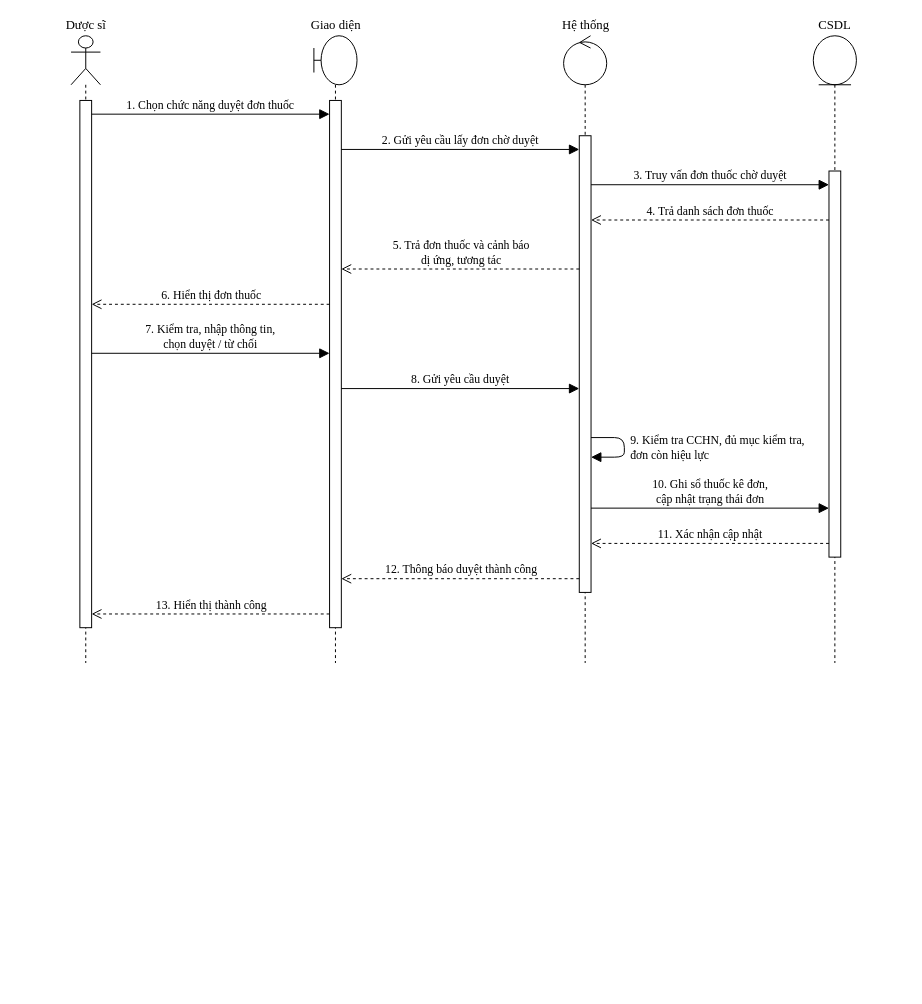
ngocanh82205/Hieuthuoc keeps this draw.io diagram as docs/drawio/tuan-tu-don-gian/sd06-duyet-don-thuoc.drawio. Above is the earlier version. Source tidied: cells renumbered, new cells numbered last; positions are measured from the earlier drawing's top-left corner, leaving out a move shared by most shapes. Both pictures are drawn from the tidied source at 98%, with x=0, y=0 at pixel (71, 35).
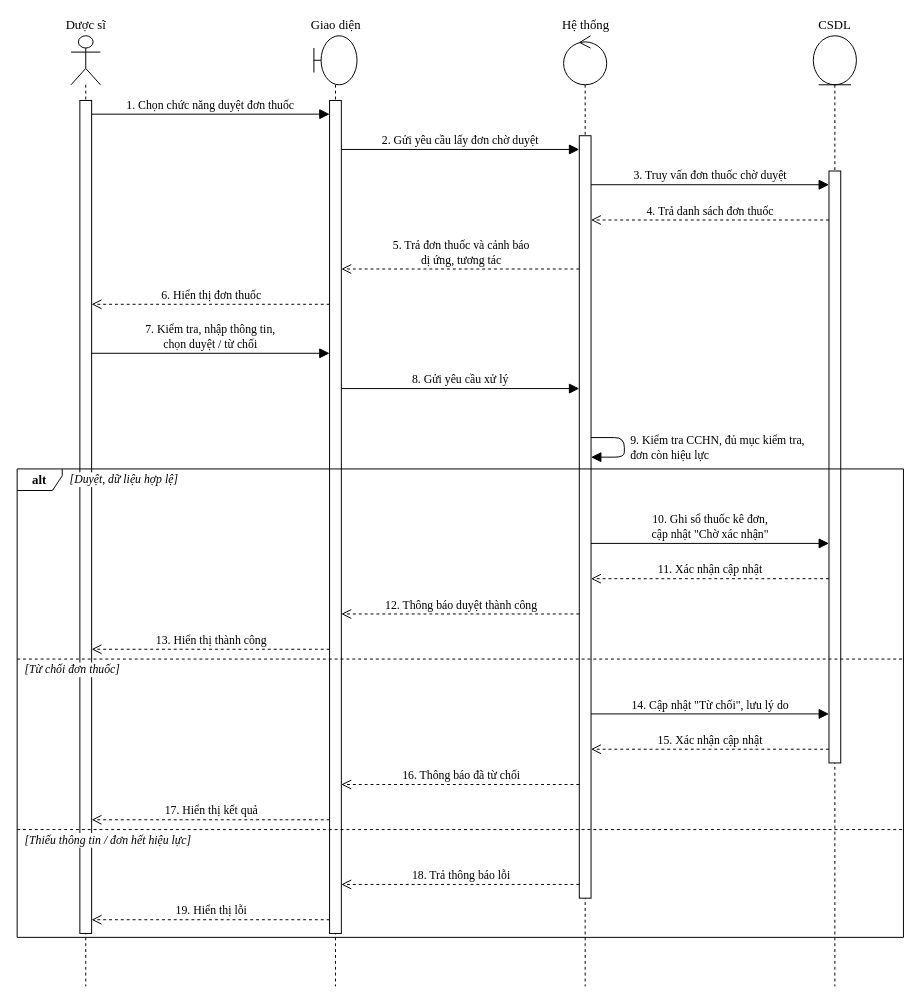
The same page after the edit.

Diff of the diagram source:
```diff
@@
     <mxCell id="2" value="Dược sĩ" style="shape=umlLifeline;perimeter=lifelinePerimeter;participant=umlActor;whiteSpace=nowrap;html=1;verticalAlign=bottom;labelPosition=center;verticalLabelPosition=top;align=center;size=50;fontFamily=Times New Roman;fontSize=13;fillColor=#ffffff;strokeColor=#000000;" parent="1" vertex="1">
-      <mxGeometry width="30" height="640" as="geometry" />
+      <mxGeometry width="30" height="970" as="geometry" />
     </mxCell>
     <mxCell id="3" value="Giao diện" style="shape=umlLifeline;perimeter=lifelinePerimeter;participant=umlBoundary;whiteSpace=nowrap;html=1;verticalAlign=bottom;labelPosition=center;verticalLabelPosition=top;align=center;size=50;fontFamily=Times New Roman;fontSize=13;fillColor=#ffffff;strokeColor=#000000;" parent="1" vertex="1">
-      <mxGeometry x="247.8" width="44" height="640" as="geometry" />
+      <mxGeometry x="247.8" width="44" height="970" as="geometry" />
     </mxCell>
     <mxCell id="4" value="Hệ thống" style="shape=umlLifeline;perimeter=lifelinePerimeter;participant=umlControl;whiteSpace=nowrap;html=1;verticalAlign=bottom;labelPosition=center;verticalLabelPosition=top;align=center;size=50;fontFamily=Times New Roman;fontSize=13;fillColor=#ffffff;strokeColor=#000000;" parent="1" vertex="1">
-      <mxGeometry x="502.6" width="44" height="640" as="geometry" />
+      <mxGeometry x="502.6" width="44" height="970" as="geometry" />
     </mxCell>
     <mxCell id="5" value="CSDL" style="shape=umlLifeline;perimeter=lifelinePerimeter;participant=umlEntity;whiteSpace=nowrap;html=1;verticalAlign=bottom;labelPosition=center;verticalLabelPosition=top;align=center;size=50;fontFamily=Times New Roman;fontSize=13;fillColor=#ffffff;strokeColor=#000000;" parent="1" vertex="1">
-      <mxGeometry x="757.4" width="44" height="640" as="geometry" />
+      <mxGeometry x="757.4" width="44" height="970" as="geometry" />
     </mxCell>
     <mxCell id="6" style="html=1;perimeter=orthogonalPerimeter;fillColor=#ffffff;strokeColor=#000000;" parent="1" vertex="1">
-      <mxGeometry x="9" y="66" width="12" height="538" as="geometry" />
+      <mxGeometry x="9" y="66" width="12" height="850" as="geometry" />
     </mxCell>
     <mxCell id="7" style="html=1;perimeter=orthogonalPerimeter;fillColor=#ffffff;strokeColor=#000000;" parent="1" vertex="1">
-      <mxGeometry x="263.8" y="66" width="12" height="538" as="geometry" />
+      <mxGeometry x="263.8" y="66" width="12" height="850" as="geometry" />
     </mxCell>
     <mxCell id="8" style="html=1;perimeter=orthogonalPerimeter;fillColor=#ffffff;strokeColor=#000000;" parent="1" vertex="1">
-      <mxGeometry x="518.6" y="102" width="12" height="466" as="geometry" />
+      <mxGeometry x="518.6" y="102" width="12" height="778" as="geometry" />
     </mxCell>
     <mxCell id="9" style="html=1;perimeter=orthogonalPerimeter;fillColor=#ffffff;strokeColor=#000000;" parent="1" vertex="1">
-      <mxGeometry x="773.4" y="138" width="12" height="394" as="geometry" />
+      <mxGeometry x="773.4" y="138" width="12" height="604" as="geometry" />
     </mxCell>
-    <mxCell id="10" value="1. Chọn chức năng duyệt đơn thuốc" style="html=1;verticalAlign=bottom;fontFamily=Times New Roman;fontSize=13;fontSize=12;strokeColor=#000000;labelBackgroundColor=#ffffff;endArrow=block;endFill=1;endSize=8;" parent="1" edge="1">
-      <mxGeometry relative="1" as="geometry">
-        <mxPoint x="21" y="80" as="sourcePoint" />
-        <mxPoint x="263.8" y="80" as="targetPoint" />
-      </mxGeometry>
-    </mxCell>
-    <mxCell id="11" value="2. Gửi yêu cầu lấy đơn chờ duyệt" style="html=1;verticalAlign=bottom;fontFamily=Times New Roman;fontSize=13;fontSize=12;strokeColor=#000000;labelBackgroundColor=#ffffff;endArrow=block;endFill=1;endSize=8;" parent="1" edge="1">
-      <mxGeometry relative="1" as="geometry">
-        <mxPoint x="275.8" y="116" as="sourcePoint" />
-        <mxPoint x="518.6" y="116" as="targetPoint" />
-      </mxGeometry>
-    </mxCell>
+    <mxCell id="23" value="alt" style="shape=umlFrame;whiteSpace=wrap;html=1;width=46;height=22;fontStyle=1;fontFamily=Times New Roman;fontSize=13;strokeColor=#000000;fillColor=none;" parent="1" vertex="1">
+      <mxGeometry x="-55" y="442" width="904.4" height="478" as="geometry" />
+    </mxCell>
+    <mxCell id="24" value="[Duyệt, dữ liệu hợp lệ]" style="text;html=1;align=left;verticalAlign=middle;fontFamily=Times New Roman;fontSize=13;fontSize=12;fontStyle=2;labelBackgroundColor=#ffffff;" parent="1" vertex="1">
+      <mxGeometry x="-3" y="443" width="182.2" height="20" as="geometry" />
+    </mxCell>
-    <mxCell id="12" value="3. Truy vấn đơn thuốc chờ duyệt" style="html=1;verticalAlign=bottom;fontFamily=Times New Roman;fontSize=13;fontSize=12;strokeColor=#000000;labelBackgroundColor=#ffffff;endArrow=block;endFill=1;endSize=8;" parent="1" edge="1">
+    <mxCell id="12" style="html=1;endArrow=none;dashed=1;strokeColor=#000000;" parent="1" edge="1">
       <mxGeometry relative="1" as="geometry">
-        <mxPoint x="530.6" y="152" as="sourcePoint" />
-        <mxPoint x="773.4" y="152" as="targetPoint" />
+        <mxPoint x="-55" y="636" as="sourcePoint" />
+        <mxPoint x="849.4" y="636" as="targetPoint" />
       </mxGeometry>
     </mxCell>
-    <mxCell id="13" value="4. Trả danh sách đơn thuốc" style="html=1;verticalAlign=bottom;fontFamily=Times New Roman;fontSize=13;fontSize=12;strokeColor=#000000;labelBackgroundColor=#ffffff;dashed=1;endArrow=open;endSize=8;" parent="1" edge="1">
-      <mxGeometry relative="1" as="geometry">
-        <mxPoint x="773.4" y="188" as="sourcePoint" />
-        <mxPoint x="530.6" y="188" as="targetPoint" />
-      </mxGeometry>
-    </mxCell>
+    <mxCell id="25" value="[Từ chối đơn thuốc]" style="text;html=1;align=left;verticalAlign=middle;fontFamily=Times New Roman;fontSize=13;fontSize=12;fontStyle=2;labelBackgroundColor=#ffffff;" parent="1" vertex="1">
+      <mxGeometry x="-49" y="637" width="154.3" height="20" as="geometry" />
+    </mxCell>
-    <mxCell id="14" value="5. Trả đơn thuốc và cảnh báo&lt;br&gt;dị ứng, tương tác" style="html=1;verticalAlign=bottom;fontFamily=Times New Roman;fontSize=13;fontSize=12;strokeColor=#000000;labelBackgroundColor=#ffffff;dashed=1;endArrow=open;endSize=8;" parent="1" edge="1">
+    <mxCell id="14" style="html=1;endArrow=none;dashed=1;strokeColor=#000000;" parent="1" edge="1">
       <mxGeometry relative="1" as="geometry">
-        <mxPoint x="518.6" y="238" as="sourcePoint" />
-        <mxPoint x="275.8" y="238" as="targetPoint" />
+        <mxPoint x="-55" y="810" as="sourcePoint" />
+        <mxPoint x="849.4" y="810" as="targetPoint" />
       </mxGeometry>
     </mxCell>
-    <mxCell id="15" value="6. Hiển thị đơn thuốc" style="html=1;verticalAlign=bottom;fontFamily=Times New Roman;fontSize=13;fontSize=12;strokeColor=#000000;labelBackgroundColor=#ffffff;dashed=1;endArrow=open;endSize=8;" parent="1" edge="1">
-      <mxGeometry relative="1" as="geometry">
-        <mxPoint x="263.8" y="274" as="sourcePoint" />
-        <mxPoint x="21" y="274" as="targetPoint" />
-      </mxGeometry>
-    </mxCell>
+    <mxCell id="26" value="[Thiếu thông tin / đơn hết hiệu lực]" style="text;html=1;align=left;verticalAlign=middle;fontFamily=Times New Roman;fontSize=13;fontSize=12;fontStyle=2;labelBackgroundColor=#ffffff;" parent="1" vertex="1">
+      <mxGeometry x="-49" y="811" width="272.6" height="20" as="geometry" />
+    </mxCell>
-    <mxCell id="16" value="7. Kiểm tra, nhập thông tin,&lt;br&gt;chọn duyệt / từ chối" style="html=1;verticalAlign=bottom;fontFamily=Times New Roman;fontSize=13;fontSize=12;strokeColor=#000000;labelBackgroundColor=#ffffff;endArrow=block;endFill=1;endSize=8;" parent="1" edge="1">
+    <mxCell id="16" value="1. Chọn chức năng duyệt đơn thuốc" style="html=1;verticalAlign=bottom;fontFamily=Times New Roman;fontSize=13;fontSize=12;strokeColor=#000000;labelBackgroundColor=#ffffff;endArrow=block;endFill=1;endSize=8;" parent="1" edge="1">
       <mxGeometry relative="1" as="geometry">
-        <mxPoint x="21" y="324" as="sourcePoint" />
-        <mxPoint x="263.8" y="324" as="targetPoint" />
+        <mxPoint x="21" y="80" as="sourcePoint" />
+        <mxPoint x="263.8" y="80" as="targetPoint" />
       </mxGeometry>
     </mxCell>
-    <mxCell id="17" value="8. Gửi yêu cầu duyệt" style="html=1;verticalAlign=bottom;fontFamily=Times New Roman;fontSize=13;fontSize=12;strokeColor=#000000;labelBackgroundColor=#ffffff;endArrow=block;endFill=1;endSize=8;" parent="1" edge="1">
+    <mxCell id="17" value="2. Gửi yêu cầu lấy đơn chờ duyệt" style="html=1;verticalAlign=bottom;fontFamily=Times New Roman;fontSize=13;fontSize=12;strokeColor=#000000;labelBackgroundColor=#ffffff;endArrow=block;endFill=1;endSize=8;" parent="1" edge="1">
       <mxGeometry relative="1" as="geometry">
-        <mxPoint x="275.8" y="360" as="sourcePoint" />
-        <mxPoint x="518.6" y="360" as="targetPoint" />
+        <mxPoint x="275.8" y="116" as="sourcePoint" />
+        <mxPoint x="518.6" y="116" as="targetPoint" />
       </mxGeometry>
     </mxCell>
-    <mxCell id="18" value="9. Kiểm tra CCHN, đủ mục kiểm tra,&lt;br&gt;đơn còn hiệu lực" style="html=1;verticalAlign=middle;fontFamily=Times New Roman;fontSize=13;fontSize=12;strokeColor=#000000;labelBackgroundColor=#ffffff;endArrow=block;endFill=1;endSize=8;align=left;spacingLeft=4;" parent="1" edge="1">
+    <mxCell id="18" value="3. Truy vấn đơn thuốc chờ duyệt" style="html=1;verticalAlign=bottom;fontFamily=Times New Roman;fontSize=13;fontSize=12;strokeColor=#000000;labelBackgroundColor=#ffffff;endArrow=block;endFill=1;endSize=8;" parent="1" edge="1">
       <mxGeometry relative="1" as="geometry">
-        <mxPoint x="530.6" y="410" as="sourcePoint" />
-        <mxPoint x="530.6" y="430" as="targetPoint" />
-        <Array as="points">
-          <mxPoint x="564.6" y="410" />
-          <mxPoint x="564.6" y="430" />
-        </Array>
+        <mxPoint x="530.6" y="152" as="sourcePoint" />
+        <mxPoint x="773.4" y="152" as="targetPoint" />
       </mxGeometry>
     </mxCell>
-    <mxCell id="19" value="10. Ghi sổ thuốc kê đơn,&lt;br&gt;cập nhật trạng thái đơn" style="html=1;verticalAlign=bottom;fontFamily=Times New Roman;fontSize=13;fontSize=12;strokeColor=#000000;labelBackgroundColor=#ffffff;endArrow=block;endFill=1;endSize=8;" parent="1" edge="1">
+    <mxCell id="19" value="4. Trả danh sách đơn thuốc" style="html=1;verticalAlign=bottom;fontFamily=Times New Roman;fontSize=13;fontSize=12;strokeColor=#000000;labelBackgroundColor=#ffffff;dashed=1;endArrow=open;endSize=8;" parent="1" edge="1">
       <mxGeometry relative="1" as="geometry">
-        <mxPoint x="530.6" y="482" as="sourcePoint" />
-        <mxPoint x="773.4" y="482" as="targetPoint" />
+        <mxPoint x="773.4" y="188" as="sourcePoint" />
+        <mxPoint x="530.6" y="188" as="targetPoint" />
       </mxGeometry>
     </mxCell>
-    <mxCell id="20" value="11. Xác nhận cập nhật" style="html=1;verticalAlign=bottom;fontFamily=Times New Roman;fontSize=13;fontSize=12;strokeColor=#000000;labelBackgroundColor=#ffffff;dashed=1;endArrow=open;endSize=8;" parent="1" edge="1">
+    <mxCell id="20" value="5. Trả đơn thuốc và cảnh báo&lt;br&gt;dị ứng, tương tác" style="html=1;verticalAlign=bottom;fontFamily=Times New Roman;fontSize=13;fontSize=12;strokeColor=#000000;labelBackgroundColor=#ffffff;dashed=1;endArrow=open;endSize=8;" parent="1" edge="1">
       <mxGeometry relative="1" as="geometry">
-        <mxPoint x="773.4" y="518" as="sourcePoint" />
-        <mxPoint x="530.6" y="518" as="targetPoint" />
+        <mxPoint x="518.6" y="238" as="sourcePoint" />
+        <mxPoint x="275.8" y="238" as="targetPoint" />
       </mxGeometry>
     </mxCell>
-    <mxCell id="21" value="12. Thông báo duyệt thành công" style="html=1;verticalAlign=bottom;fontFamily=Times New Roman;fontSize=13;fontSize=12;strokeColor=#000000;labelBackgroundColor=#ffffff;dashed=1;endArrow=open;endSize=8;" parent="1" edge="1">
+    <mxCell id="21" value="6. Hiển thị đơn thuốc" style="html=1;verticalAlign=bottom;fontFamily=Times New Roman;fontSize=13;fontSize=12;strokeColor=#000000;labelBackgroundColor=#ffffff;dashed=1;endArrow=open;endSize=8;" parent="1" edge="1">
       <mxGeometry relative="1" as="geometry">
-        <mxPoint x="518.6" y="554" as="sourcePoint" />
-        <mxPoint x="275.8" y="554" as="targetPoint" />
+        <mxPoint x="263.8" y="274" as="sourcePoint" />
+        <mxPoint x="21" y="274" as="targetPoint" />
       </mxGeometry>
     </mxCell>
-    <mxCell id="22" value="13. Hiển thị thành công" style="html=1;verticalAlign=bottom;fontFamily=Times New Roman;fontSize=13;fontSize=12;strokeColor=#000000;labelBackgroundColor=#ffffff;dashed=1;endArrow=open;endSize=8;" parent="1" edge="1">
+    <mxCell id="22" value="7. Kiểm tra, nhập thông tin,&lt;br&gt;chọn duyệt / từ chối" style="html=1;verticalAlign=bottom;fontFamily=Times New Roman;fontSize=13;fontSize=12;strokeColor=#000000;labelBackgroundColor=#ffffff;endArrow=block;endFill=1;endSize=8;" parent="1" edge="1">
       <mxGeometry relative="1" as="geometry">
-        <mxPoint x="263.8" y="590" as="sourcePoint" />
-        <mxPoint x="21" y="590" as="targetPoint" />
+        <mxPoint x="21" y="324" as="sourcePoint" />
+        <mxPoint x="263.8" y="324" as="targetPoint" />
       </mxGeometry>
     </mxCell>
+    <mxCell id="27" value="8. Gửi yêu cầu xử lý" style="html=1;verticalAlign=bottom;fontFamily=Times New Roman;fontSize=13;fontSize=12;strokeColor=#000000;labelBackgroundColor=#ffffff;endArrow=block;endFill=1;endSize=8;" parent="1" edge="1">
+      <mxGeometry relative="1" as="geometry">
+        <mxPoint x="275.8" y="360" as="sourcePoint" />
+        <mxPoint x="518.6" y="360" as="targetPoint" />
+      </mxGeometry>
+    </mxCell>
+    <mxCell id="28" value="9. Kiểm tra CCHN, đủ mục kiểm tra,&lt;br&gt;đơn còn hiệu lực" style="html=1;verticalAlign=middle;fontFamily=Times New Roman;fontSize=13;fontSize=12;strokeColor=#000000;labelBackgroundColor=#ffffff;endArrow=block;endFill=1;endSize=8;align=left;spacingLeft=4;" parent="1" edge="1">
+      <mxGeometry relative="1" as="geometry">
+        <mxPoint x="530.6" y="410" as="sourcePoint" />
+        <mxPoint x="530.6" y="430" as="targetPoint" />
+        <Array as="points">
+          <mxPoint x="564.6" y="410" />
+          <mxPoint x="564.6" y="430" />
+        </Array>
+      </mxGeometry>
+    </mxCell>
+    <mxCell id="29" value="10. Ghi sổ thuốc kê đơn,&lt;br&gt;cập nhật &quot;Chờ xác nhận&quot;" style="html=1;verticalAlign=bottom;fontFamily=Times New Roman;fontSize=13;fontSize=12;strokeColor=#000000;labelBackgroundColor=#ffffff;endArrow=block;endFill=1;endSize=8;" parent="1" edge="1">
+      <mxGeometry relative="1" as="geometry">
+        <mxPoint x="530.6" y="518" as="sourcePoint" />
+        <mxPoint x="773.4" y="518" as="targetPoint" />
+      </mxGeometry>
+    </mxCell>
+    <mxCell id="30" value="11. Xác nhận cập nhật" style="html=1;verticalAlign=bottom;fontFamily=Times New Roman;fontSize=13;fontSize=12;strokeColor=#000000;labelBackgroundColor=#ffffff;dashed=1;endArrow=open;endSize=8;" parent="1" edge="1">
+      <mxGeometry relative="1" as="geometry">
+        <mxPoint x="773.4" y="554" as="sourcePoint" />
+        <mxPoint x="530.6" y="554" as="targetPoint" />
+      </mxGeometry>
+    </mxCell>
+    <mxCell id="31" value="12. Thông báo duyệt thành công" style="html=1;verticalAlign=bottom;fontFamily=Times New Roman;fontSize=13;fontSize=12;strokeColor=#000000;labelBackgroundColor=#ffffff;dashed=1;endArrow=open;endSize=8;" parent="1" edge="1">
+      <mxGeometry relative="1" as="geometry">
+        <mxPoint x="518.6" y="590" as="sourcePoint" />
+        <mxPoint x="275.8" y="590" as="targetPoint" />
+      </mxGeometry>
+    </mxCell>
+    <mxCell id="32" value="13. Hiển thị thành công" style="html=1;verticalAlign=bottom;fontFamily=Times New Roman;fontSize=13;fontSize=12;strokeColor=#000000;labelBackgroundColor=#ffffff;dashed=1;endArrow=open;endSize=8;" parent="1" edge="1">
+      <mxGeometry relative="1" as="geometry">
+        <mxPoint x="263.8" y="626" as="sourcePoint" />
+        <mxPoint x="21" y="626" as="targetPoint" />
+      </mxGeometry>
+    </mxCell>
+    <mxCell id="33" value="14. Cập nhật &quot;Từ chối&quot;, lưu lý do" style="html=1;verticalAlign=bottom;fontFamily=Times New Roman;fontSize=13;fontSize=12;strokeColor=#000000;labelBackgroundColor=#ffffff;endArrow=block;endFill=1;endSize=8;" parent="1" edge="1">
+      <mxGeometry relative="1" as="geometry">
+        <mxPoint x="530.6" y="692" as="sourcePoint" />
+        <mxPoint x="773.4" y="692" as="targetPoint" />
+      </mxGeometry>
+    </mxCell>
+    <mxCell id="34" value="15. Xác nhận cập nhật" style="html=1;verticalAlign=bottom;fontFamily=Times New Roman;fontSize=13;fontSize=12;strokeColor=#000000;labelBackgroundColor=#ffffff;dashed=1;endArrow=open;endSize=8;" parent="1" edge="1">
+      <mxGeometry relative="1" as="geometry">
+        <mxPoint x="773.4" y="728" as="sourcePoint" />
+        <mxPoint x="530.6" y="728" as="targetPoint" />
+      </mxGeometry>
+    </mxCell>
+    <mxCell id="35" value="16. Thông báo đã từ chối" style="html=1;verticalAlign=bottom;fontFamily=Times New Roman;fontSize=13;fontSize=12;strokeColor=#000000;labelBackgroundColor=#ffffff;dashed=1;endArrow=open;endSize=8;" parent="1" edge="1">
+      <mxGeometry relative="1" as="geometry">
+        <mxPoint x="518.6" y="764" as="sourcePoint" />
+        <mxPoint x="275.8" y="764" as="targetPoint" />
+      </mxGeometry>
+    </mxCell>
+    <mxCell id="36" value="17. Hiển thị kết quả" style="html=1;verticalAlign=bottom;fontFamily=Times New Roman;fontSize=13;fontSize=12;strokeColor=#000000;labelBackgroundColor=#ffffff;dashed=1;endArrow=open;endSize=8;" parent="1" edge="1">
+      <mxGeometry relative="1" as="geometry">
+        <mxPoint x="263.8" y="800" as="sourcePoint" />
+        <mxPoint x="21" y="800" as="targetPoint" />
+      </mxGeometry>
+    </mxCell>
+    <mxCell id="37" value="18. Trả thông báo lỗi" style="html=1;verticalAlign=bottom;fontFamily=Times New Roman;fontSize=13;fontSize=12;strokeColor=#000000;labelBackgroundColor=#ffffff;dashed=1;endArrow=open;endSize=8;" parent="1" edge="1">
+      <mxGeometry relative="1" as="geometry">
+        <mxPoint x="518.6" y="866" as="sourcePoint" />
+        <mxPoint x="275.8" y="866" as="targetPoint" />
+      </mxGeometry>
+    </mxCell>
+    <mxCell id="38" value="19. Hiển thị lỗi" style="html=1;verticalAlign=bottom;fontFamily=Times New Roman;fontSize=13;fontSize=12;strokeColor=#000000;labelBackgroundColor=#ffffff;dashed=1;endArrow=open;endSize=8;" parent="1" edge="1">
+      <mxGeometry relative="1" as="geometry">
+        <mxPoint x="263.8" y="902" as="sourcePoint" />
+        <mxPoint x="21" y="902" as="targetPoint" />
+      </mxGeometry>
+    </mxCell>
```
